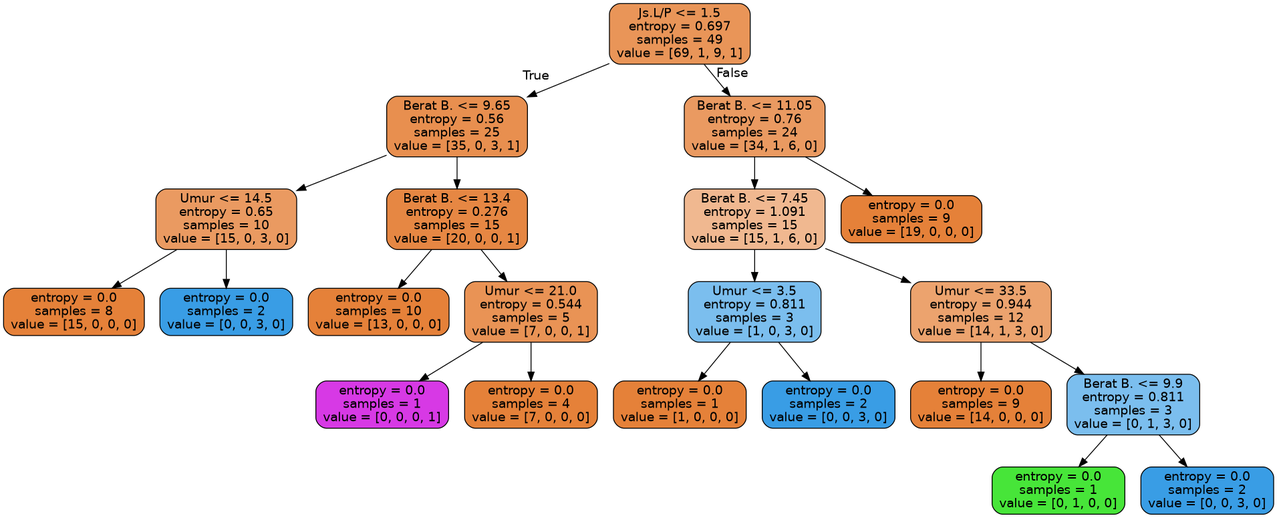
The Graphviz diagram tree.png in JohanKesuma/AlatUjiRandomForest, before a commit. Its source is kept beside it as tree.dot. Its diagram source:
```dot
digraph Tree {
node [shape=box, style="filled, rounded", color="black", fontname=helvetica] ;
edge [fontname=helvetica] ;
0 [label="Js.L/P <= 1.5\nentropy = 0.697\nsamples = 49\nvalue = [69, 1, 9, 1]", fillcolor="#e99558"] ;
1 [label="Berat B. <= 9.65\nentropy = 0.56\nsamples = 25\nvalue = [35, 0, 3, 1]", fillcolor="#e88f4f"] ;
0 -> 1 [labeldistance=2.5, labelangle=45, headlabel="True"] ;
2 [label="Umur <= 14.5\nentropy = 0.65\nsamples = 10\nvalue = [15, 0, 3, 0]", fillcolor="#ea9a61"] ;
1 -> 2 ;
3 [label="entropy = 0.0\nsamples = 8\nvalue = [15, 0, 0, 0]", fillcolor="#e58139"] ;
2 -> 3 ;
4 [label="entropy = 0.0\nsamples = 2\nvalue = [0, 0, 3, 0]", fillcolor="#399de5"] ;
2 -> 4 ;
5 [label="Berat B. <= 13.4\nentropy = 0.276\nsamples = 15\nvalue = [20, 0, 0, 1]", fillcolor="#e68743"] ;
1 -> 5 ;
6 [label="entropy = 0.0\nsamples = 10\nvalue = [13, 0, 0, 0]", fillcolor="#e58139"] ;
5 -> 6 ;
7 [label="Umur <= 21.0\nentropy = 0.544\nsamples = 5\nvalue = [7, 0, 0, 1]", fillcolor="#e99355"] ;
5 -> 7 ;
8 [label="entropy = 0.0\nsamples = 1\nvalue = [0, 0, 0, 1]", fillcolor="#d739e5"] ;
7 -> 8 ;
9 [label="entropy = 0.0\nsamples = 4\nvalue = [7, 0, 0, 0]", fillcolor="#e58139"] ;
7 -> 9 ;
10 [label="Berat B. <= 11.05\nentropy = 0.76\nsamples = 24\nvalue = [34, 1, 6, 0]", fillcolor="#ea9a61"] ;
0 -> 10 [labeldistance=2.5, labelangle=-45, headlabel="False"] ;
11 [label="Berat B. <= 7.45\nentropy = 1.091\nsamples = 15\nvalue = [15, 1, 6, 0]", fillcolor="#f0b890"] ;
10 -> 11 ;
12 [label="Umur <= 3.5\nentropy = 0.811\nsamples = 3\nvalue = [1, 0, 3, 0]", fillcolor="#7bbeee"] ;
11 -> 12 ;
13 [label="entropy = 0.0\nsamples = 1\nvalue = [1, 0, 0, 0]", fillcolor="#e58139"] ;
12 -> 13 ;
14 [label="entropy = 0.0\nsamples = 2\nvalue = [0, 0, 3, 0]", fillcolor="#399de5"] ;
12 -> 14 ;
15 [label="Umur <= 33.5\nentropy = 0.944\nsamples = 12\nvalue = [14, 1, 3, 0]", fillcolor="#eca36e"] ;
11 -> 15 ;
16 [label="entropy = 0.0\nsamples = 9\nvalue = [14, 0, 0, 0]", fillcolor="#e58139"] ;
15 -> 16 ;
17 [label="Berat B. <= 9.9\nentropy = 0.811\nsamples = 3\nvalue = [0, 1, 3, 0]", fillcolor="#7bbeee"] ;
15 -> 17 ;
18 [label="entropy = 0.0\nsamples = 1\nvalue = [0, 1, 0, 0]", fillcolor="#47e539"] ;
17 -> 18 ;
19 [label="entropy = 0.0\nsamples = 2\nvalue = [0, 0, 3, 0]", fillcolor="#399de5"] ;
17 -> 19 ;
20 [label="entropy = 0.0\nsamples = 9\nvalue = [19, 0, 0, 0]", fillcolor="#e58139"] ;
10 -> 20 ;
}
```
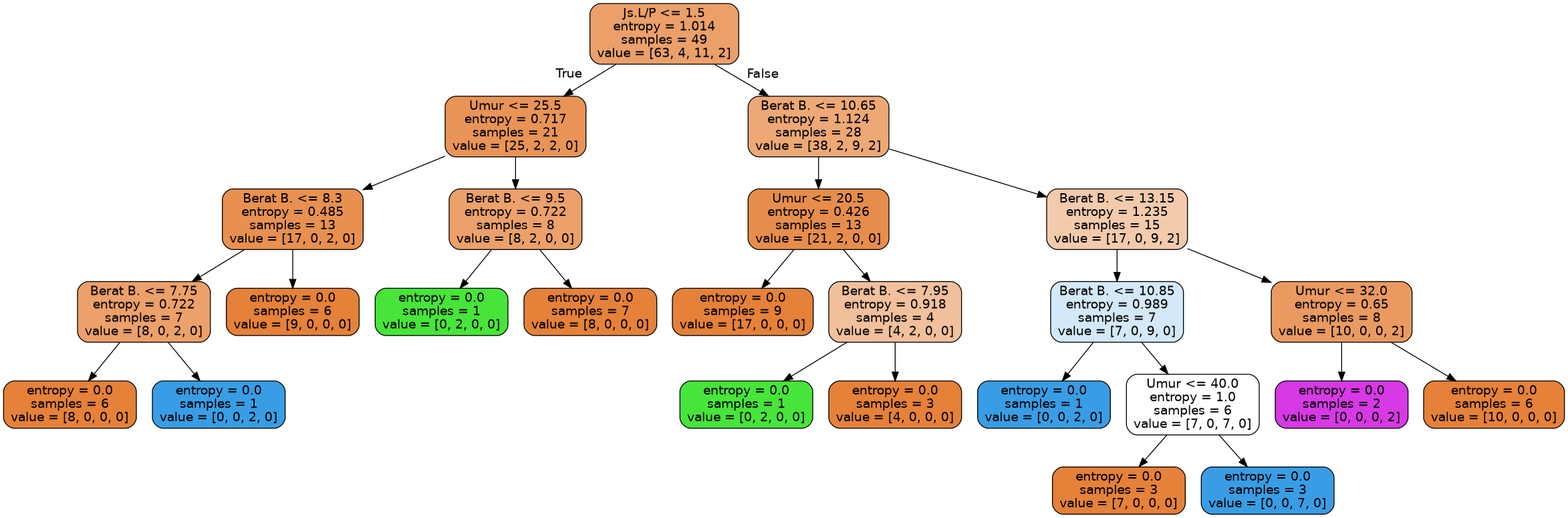
The same diagram one commit later.

The edit, as a diff of the source:
```diff
@@ -1,45 +1,53 @@
 digraph Tree {
 node [shape=box, style="filled, rounded", color="black", fontname=helvetica] ;
 edge [fontname=helvetica] ;
-0 [label="Js.L/P <= 1.5\nentropy = 0.697\nsamples = 49\nvalue = [69, 1, 9, 1]", fillcolor="#e99558"] ;
-1 [label="Berat B. <= 9.65\nentropy = 0.56\nsamples = 25\nvalue = [35, 0, 3, 1]", fillcolor="#e88f4f"] ;
+0 [label="Js.L/P <= 1.5\nentropy = 1.014\nsamples = 49\nvalue = [63, 4, 11, 2]", fillcolor="#eba06a"] ;
+1 [label="Umur <= 25.5\nentropy = 0.717\nsamples = 21\nvalue = [25, 2, 2, 0]", fillcolor="#e99456"] ;
 0 -> 1 [labeldistance=2.5, labelangle=45, headlabel="True"] ;
-2 [label="Umur <= 14.5\nentropy = 0.65\nsamples = 10\nvalue = [15, 0, 3, 0]", fillcolor="#ea9a61"] ;
+2 [label="Berat B. <= 8.3\nentropy = 0.485\nsamples = 13\nvalue = [17, 0, 2, 0]", fillcolor="#e89050"] ;
 1 -> 2 ;
-3 [label="entropy = 0.0\nsamples = 8\nvalue = [15, 0, 0, 0]", fillcolor="#e58139"] ;
+3 [label="Berat B. <= 7.75\nentropy = 0.722\nsamples = 7\nvalue = [8, 0, 2, 0]", fillcolor="#eca06a"] ;
 2 -> 3 ;
-4 [label="entropy = 0.0\nsamples = 2\nvalue = [0, 0, 3, 0]", fillcolor="#399de5"] ;
-2 -> 4 ;
-5 [label="Berat B. <= 13.4\nentropy = 0.276\nsamples = 15\nvalue = [20, 0, 0, 1]", fillcolor="#e68743"] ;
-1 -> 5 ;
-6 [label="entropy = 0.0\nsamples = 10\nvalue = [13, 0, 0, 0]", fillcolor="#e58139"] ;
-5 -> 6 ;
-7 [label="Umur <= 21.0\nentropy = 0.544\nsamples = 5\nvalue = [7, 0, 0, 1]", fillcolor="#e99355"] ;
-5 -> 7 ;
-8 [label="entropy = 0.0\nsamples = 1\nvalue = [0, 0, 0, 1]", fillcolor="#d739e5"] ;
+4 [label="entropy = 0.0\nsamples = 6\nvalue = [8, 0, 0, 0]", fillcolor="#e58139"] ;
+3 -> 4 ;
+5 [label="entropy = 0.0\nsamples = 1\nvalue = [0, 0, 2, 0]", fillcolor="#399de5"] ;
+3 -> 5 ;
+6 [label="entropy = 0.0\nsamples = 6\nvalue = [9, 0, 0, 0]", fillcolor="#e58139"] ;
+2 -> 6 ;
+7 [label="Berat B. <= 9.5\nentropy = 0.722\nsamples = 8\nvalue = [8, 2, 0, 0]", fillcolor="#eca06a"] ;
+1 -> 7 ;
+8 [label="entropy = 0.0\nsamples = 1\nvalue = [0, 2, 0, 0]", fillcolor="#47e539"] ;
 7 -> 8 ;
-9 [label="entropy = 0.0\nsamples = 4\nvalue = [7, 0, 0, 0]", fillcolor="#e58139"] ;
+9 [label="entropy = 0.0\nsamples = 7\nvalue = [8, 0, 0, 0]", fillcolor="#e58139"] ;
 7 -> 9 ;
-10 [label="Berat B. <= 11.05\nentropy = 0.76\nsamples = 24\nvalue = [34, 1, 6, 0]", fillcolor="#ea9a61"] ;
+10 [label="Berat B. <= 10.65\nentropy = 1.124\nsamples = 28\nvalue = [38, 2, 9, 2]", fillcolor="#eda876"] ;
 0 -> 10 [labeldistance=2.5, labelangle=-45, headlabel="False"] ;
-11 [label="Berat B. <= 7.45\nentropy = 1.091\nsamples = 15\nvalue = [15, 1, 6, 0]", fillcolor="#f0b890"] ;
+11 [label="Umur <= 20.5\nentropy = 0.426\nsamples = 13\nvalue = [21, 2, 0, 0]", fillcolor="#e78d4c"] ;
 10 -> 11 ;
-12 [label="Umur <= 3.5\nentropy = 0.811\nsamples = 3\nvalue = [1, 0, 3, 0]", fillcolor="#7bbeee"] ;
+12 [label="entropy = 0.0\nsamples = 9\nvalue = [17, 0, 0, 0]", fillcolor="#e58139"] ;
 11 -> 12 ;
-13 [label="entropy = 0.0\nsamples = 1\nvalue = [1, 0, 0, 0]", fillcolor="#e58139"] ;
-12 -> 13 ;
-14 [label="entropy = 0.0\nsamples = 2\nvalue = [0, 0, 3, 0]", fillcolor="#399de5"] ;
-12 -> 14 ;
-15 [label="Umur <= 33.5\nentropy = 0.944\nsamples = 12\nvalue = [14, 1, 3, 0]", fillcolor="#eca36e"] ;
-11 -> 15 ;
-16 [label="entropy = 0.0\nsamples = 9\nvalue = [14, 0, 0, 0]", fillcolor="#e58139"] ;
-15 -> 16 ;
-17 [label="Berat B. <= 9.9\nentropy = 0.811\nsamples = 3\nvalue = [0, 1, 3, 0]", fillcolor="#7bbeee"] ;
-15 -> 17 ;
-18 [label="entropy = 0.0\nsamples = 1\nvalue = [0, 1, 0, 0]", fillcolor="#47e539"] ;
+13 [label="Berat B. <= 7.95\nentropy = 0.918\nsamples = 4\nvalue = [4, 2, 0, 0]", fillcolor="#f2c09c"] ;
+11 -> 13 ;
+14 [label="entropy = 0.0\nsamples = 1\nvalue = [0, 2, 0, 0]", fillcolor="#47e539"] ;
+13 -> 14 ;
+15 [label="entropy = 0.0\nsamples = 3\nvalue = [4, 0, 0, 0]", fillcolor="#e58139"] ;
+13 -> 15 ;
+16 [label="Berat B. <= 13.15\nentropy = 1.235\nsamples = 15\nvalue = [17, 0, 9, 2]", fillcolor="#f4caac"] ;
+10 -> 16 ;
+17 [label="Berat B. <= 10.85\nentropy = 0.989\nsamples = 7\nvalue = [7, 0, 9, 0]", fillcolor="#d3e9f9"] ;
+16 -> 17 ;
+18 [label="entropy = 0.0\nsamples = 1\nvalue = [0, 0, 2, 0]", fillcolor="#399de5"] ;
 17 -> 18 ;
-19 [label="entropy = 0.0\nsamples = 2\nvalue = [0, 0, 3, 0]", fillcolor="#399de5"] ;
+19 [label="Umur <= 40.0\nentropy = 1.0\nsamples = 6\nvalue = [7, 0, 7, 0]", fillcolor="#ffffff"] ;
 17 -> 19 ;
-20 [label="entropy = 0.0\nsamples = 9\nvalue = [19, 0, 0, 0]", fillcolor="#e58139"] ;
-10 -> 20 ;
+20 [label="entropy = 0.0\nsamples = 3\nvalue = [7, 0, 0, 0]", fillcolor="#e58139"] ;
+19 -> 20 ;
+21 [label="entropy = 0.0\nsamples = 3\nvalue = [0, 0, 7, 0]", fillcolor="#399de5"] ;
+19 -> 21 ;
+22 [label="Umur <= 32.0\nentropy = 0.65\nsamples = 8\nvalue = [10, 0, 0, 2]", fillcolor="#ea9a61"] ;
+16 -> 22 ;
+23 [label="entropy = 0.0\nsamples = 2\nvalue = [0, 0, 0, 2]", fillcolor="#d739e5"] ;
+22 -> 23 ;
+24 [label="entropy = 0.0\nsamples = 6\nvalue = [10, 0, 0, 0]", fillcolor="#e58139"] ;
+22 -> 24 ;
 }
```
